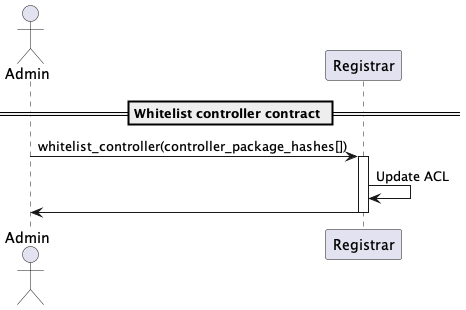
Above: docs/sequence-diagrams/puml/whitelist-controller.png in make-software/cspr-name-contracts (PlantUML), before the change.
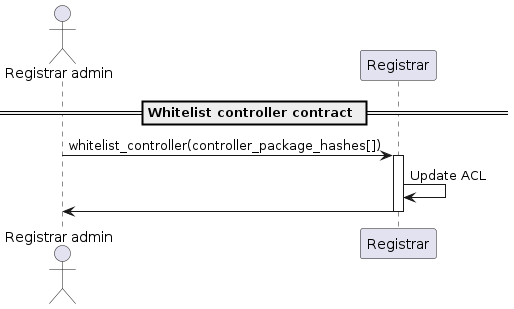
After the commit.

What changed in the source:
```diff
@@ -1,14 +1,14 @@
 @startuml
 
-actor Admin
+actor "Registrar admin"
 participant "Registrar"
 
 == Whitelist controller contract ==
 
-Admin -> "Registrar": whitelist_controller(controller_package_hashes[])
+"Registrar admin" -> "Registrar": whitelist_controller(controller_package_hashes[])
 activate "Registrar"
 "Registrar" -> "Registrar": Update ACL
-"Registrar" -> Admin
+"Registrar" -> "Registrar admin"
 deactivate "Registrar"
 
 @enduml
```
